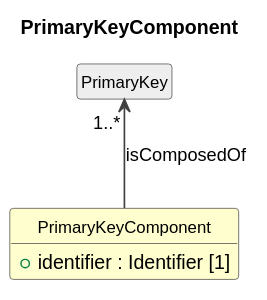
Above: cdif-uml-model/_plantuml/cdifDataDescription/Classes/PrimaryKeyComponent.svg in Cross-Domain-Interoperability-Framework/metadataBuildingBlocks (PlantUML), before the change. Source of this version:
```plantuml
@startuml
title PrimaryKeyComponent
hide circle
hide empty members
skinparam shadowing false
skinparam ArrowThickness 1.2
skinparam class {
  ArrowColor #404040
  BorderColor #404040
  FontSize 12
}

class "PrimaryKeyComponent" as PrimaryKeyComponent #FEFECE {
  +identifier : Identifier [1]
}
class "PrimaryKey" as PrimaryKey #EEEEEE
PrimaryKey "1..*" <-- PrimaryKeyComponent : isComposedOf
@enduml
```
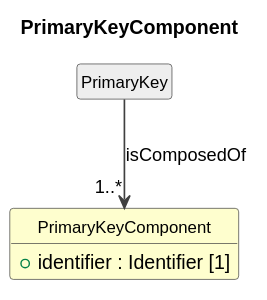
After the change.

What changed in the source:
```diff
@@ -14,5 +14,5 @@
   +identifier : Identifier [1]
 }
 class "PrimaryKey" as PrimaryKey #EEEEEE
-PrimaryKey "1..*" <-- PrimaryKeyComponent : isComposedOf
+PrimaryKey --> "1..*" PrimaryKeyComponent : isComposedOf
 @enduml
```
